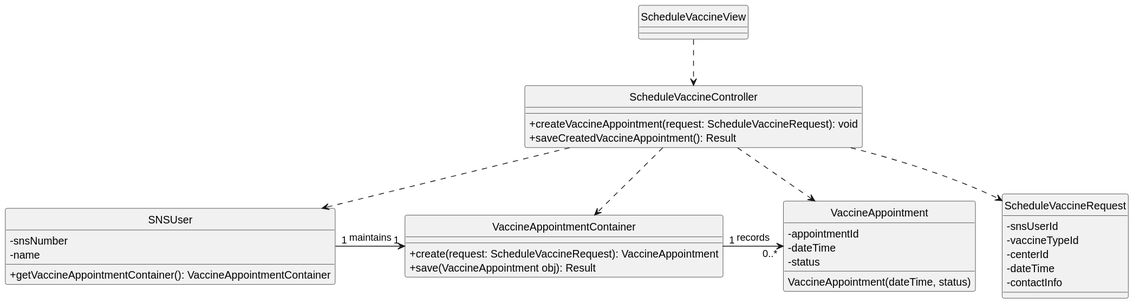
luluisfcm/leti-esoft-25-26-B5 keeps this PlantUML diagram as docs/system-documentation/US30/svg/US30-CD.svg. Above is the earlier version. Its diagram source:
```plantuml
@startuml

hide circle
skinparam classAttributeIconSize 0

class ScheduleVaccineView {
}

class ScheduleVaccineController {
    +createVaccineAppointment(request: ScheduleVaccineRequest): void
    +saveCreatedVaccineAppointment(): Result
}

class SNSUser {
    -snsNumber
    -name
    +getVaccineAppointmentContainer(): VaccineAppointmentContainer
}

class VaccineAppointmentContainer {
    +create(request: ScheduleVaccineRequest): VaccineAppointment
    +save(VaccineAppointment obj): Result
}

class VaccineAppointment {
    -appointmentId
    -dateTime
    -status
    VaccineAppointment(dateTime, status)
}

class ScheduleVaccineRequest {
    -snsUserId
    -vaccineTypeId
    -centerId
    -dateTime
    -contactInfo
}

SNSUser "1" -right-> "1" VaccineAppointmentContainer: maintains
VaccineAppointmentContainer "1" -right-> "0..*" VaccineAppointment: records

ScheduleVaccineView ..> ScheduleVaccineController
ScheduleVaccineController ..> SNSUser
ScheduleVaccineController ..> VaccineAppointmentContainer
ScheduleVaccineController ..> VaccineAppointment
ScheduleVaccineController ..> ScheduleVaccineRequest
@enduml
```
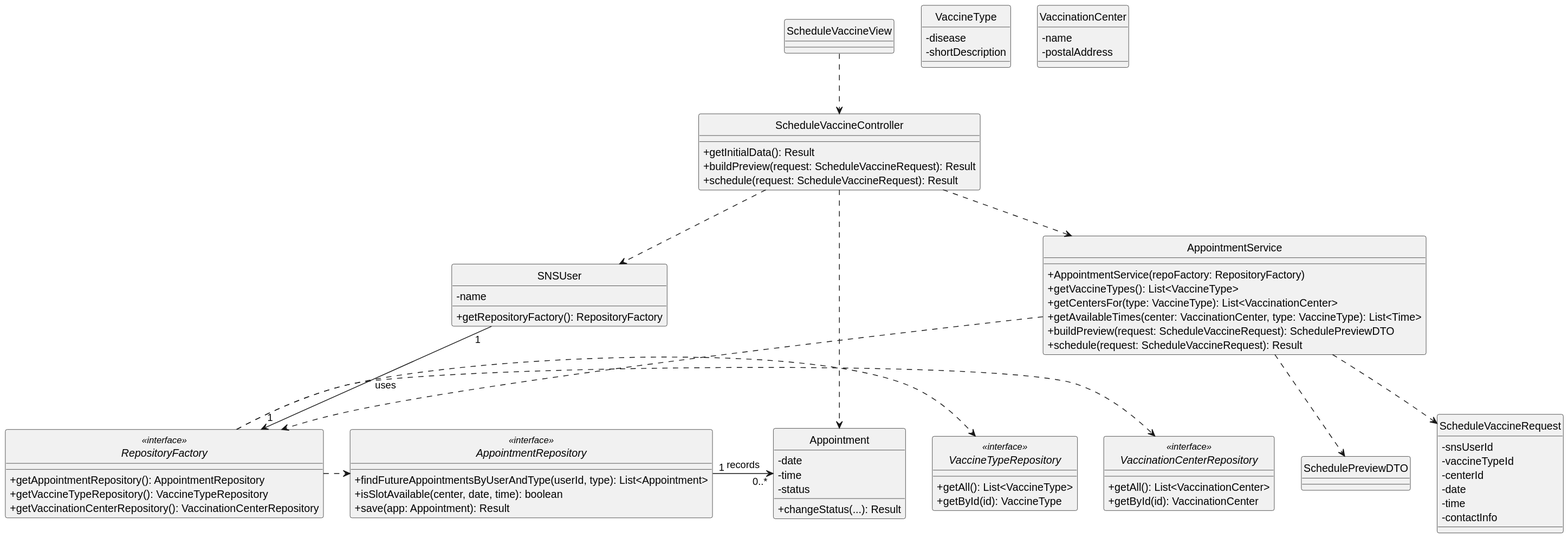
After the commit.

Diff of the diagram source:
```diff
@@ -7,42 +7,89 @@
 }
 
 class ScheduleVaccineController {
-    +createVaccineAppointment(request: ScheduleVaccineRequest): void
-    +saveCreatedVaccineAppointment(): Result
+    +getInitialData(): Result
+    +buildPreview(request: ScheduleVaccineRequest): Result
+    +schedule(request: ScheduleVaccineRequest): Result
 }
 
 class SNSUser {
-    -snsNumber
-    -name
-    +getVaccineAppointmentContainer(): VaccineAppointmentContainer
+    - name
+    +getRepositoryFactory(): RepositoryFactory
 }
 
-class VaccineAppointmentContainer {
-    +create(request: ScheduleVaccineRequest): VaccineAppointment
-    +save(VaccineAppointment obj): Result
+class AppointmentService {
+    +AppointmentService(repoFactory: RepositoryFactory)
+    +getVaccineTypes(): List<VaccineType>
+    +getCentersFor(type: VaccineType): List<VaccinationCenter>
+    +getAvailableTimes(center: VaccinationCenter, type: VaccineType): List<Time>
+    +buildPreview(request: ScheduleVaccineRequest): SchedulePreviewDTO
+    +schedule(request: ScheduleVaccineRequest): Result
 }
 
-class VaccineAppointment {
-    -appointmentId
-    -dateTime
-    -status
-    VaccineAppointment(dateTime, status)
+interface RepositoryFactory <<interface>> {
+    +getAppointmentRepository(): AppointmentRepository
+    +getVaccineTypeRepository(): VaccineTypeRepository
+    +getVaccinationCenterRepository(): VaccinationCenterRepository
+}
+
+interface AppointmentRepository <<interface>> {
+    +findFutureAppointmentsByUserAndType(userId, type): List<Appointment>
+    +isSlotAvailable(center, date, time): boolean
+    +save(app: Appointment): Result
+}
+
+interface VaccineTypeRepository <<interface>> {
+    +getAll(): List<VaccineType>
+    +getById(id): VaccineType
+}
+
+interface VaccinationCenterRepository <<interface>> {
+    +getAll(): List<VaccinationCenter>
+    +getById(id): VaccinationCenter
+}
+
+class Appointment {
+    - date
+    - time
+    - status
+    +changeStatus(...): Result
+}
+
+class VaccineType {
+    - disease
+    - shortDescription
+}
+
+class VaccinationCenter {
+    - name
+    - postalAddress
 }
 
 class ScheduleVaccineRequest {
-    -snsUserId
-    -vaccineTypeId
-    -centerId
-    -dateTime
-    -contactInfo
+    - snsUserId
+    - vaccineTypeId
+    - centerId
+    - date
+    - time
+    - contactInfo
 }
 
-SNSUser "1" -right-> "1" VaccineAppointmentContainer: maintains
-VaccineAppointmentContainer "1" -right-> "0..*" VaccineAppointment: records
+class SchedulePreviewDTO {
+}
+
+SNSUser "1" -down-> "1" RepositoryFactory: uses
+AppointmentRepository "1" -right-> "0..*" Appointment: records
 
 ScheduleVaccineView ..> ScheduleVaccineController
 ScheduleVaccineController ..> SNSUser
-ScheduleVaccineController ..> VaccineAppointmentContainer
-ScheduleVaccineController ..> VaccineAppointment
-ScheduleVaccineController ..> ScheduleVaccineRequest
+ScheduleVaccineController ..> AppointmentService
+ScheduleVaccineController ..> Appointment
+
+AppointmentService ..> RepositoryFactory
+RepositoryFactory .right.> AppointmentRepository
+RepositoryFactory .right.> VaccineTypeRepository
+RepositoryFactory .right.> VaccinationCenterRepository
+
+AppointmentService ..> ScheduleVaccineRequest
+AppointmentService ..> SchedulePreviewDTO
 @enduml
```
